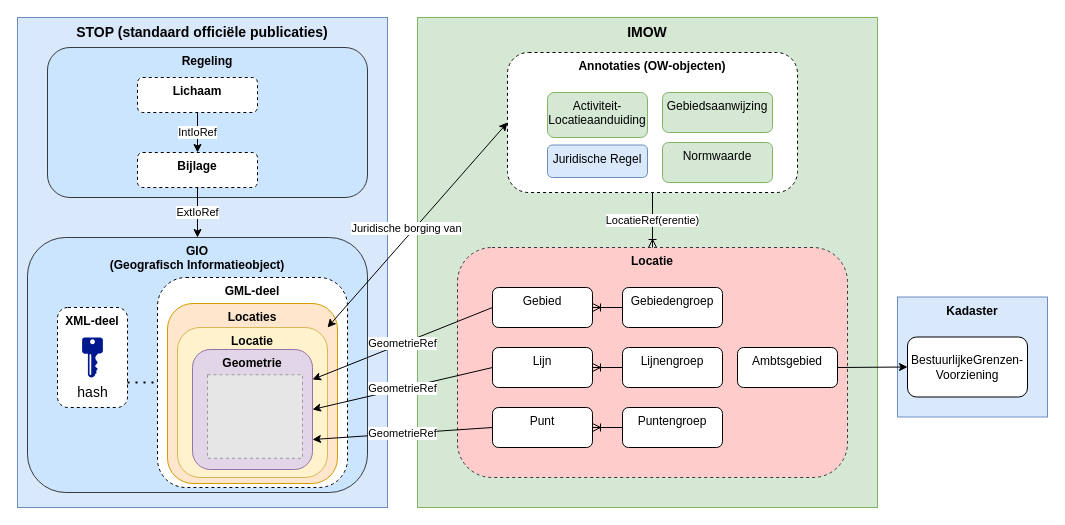
Above: Plaatjes/OW_OP-Tussenplaatje.drawio in Geonovum/DrawIO (draw.io), before the change. Source tidied: cells renumbered, new cells numbered last; positions are measured from the earlier drawing's top-left corner, leaving out a move shared by most shapes. Both pictures are drawn from the tidied source at 100%, with x=0, y=0 at pixel (17, 17). Pictures stored in the file or linked from it are replaced by grey dashed boxes.
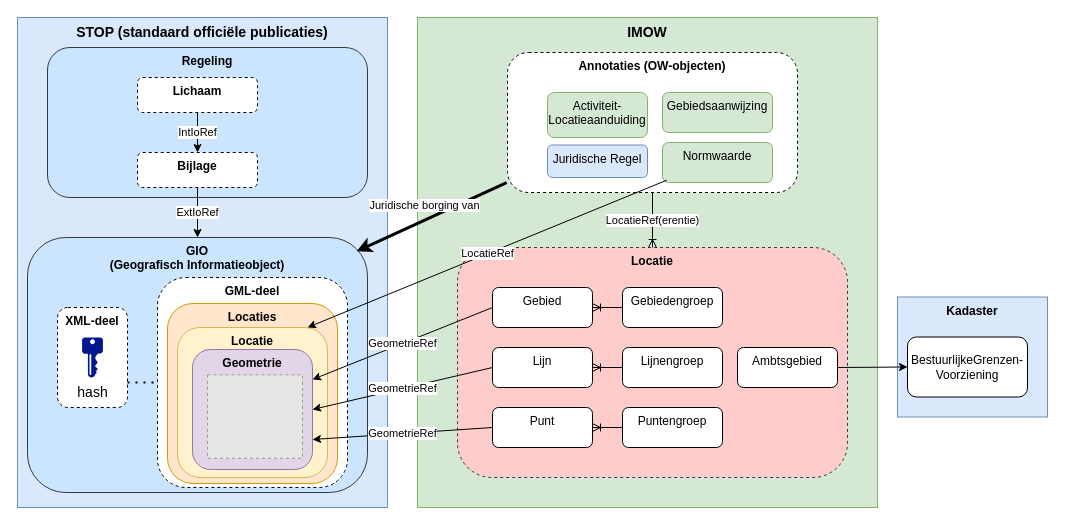
The same diagram, later.

The change refers to these unchanged cells:
```xml
<mxCell id="6" value="&lt;b&gt;GIO &lt;br&gt;(Geografisch Informatieobject)&lt;/b&gt;" style="rounded=1;whiteSpace=wrap;html=1;verticalAlign=top;fillColor=#cce5ff;strokeColor=#36393d;" parent="1" vertex="1">
  <mxGeometry x="10" y="220" width="340" height="255" as="geometry" />
</mxCell>
<mxCell id="13" value="&lt;b&gt;Annotaties (OW-objecten)&lt;/b&gt;" style="rounded=1;whiteSpace=wrap;html=1;verticalAlign=top;dashed=1;" parent="1" vertex="1">
  <mxGeometry x="490" y="35" width="290" height="140" as="geometry" />
</mxCell>
<mxCell id="17" value="Normwaarde" style="rounded=1;whiteSpace=wrap;html=1;verticalAlign=top;fillColor=#d5e8d4;strokeColor=#82b366;" parent="1" vertex="1">
  <mxGeometry x="645" y="125" width="110" height="40" as="geometry" />
</mxCell>
<mxCell id="30" value="&lt;b&gt;Locaties&lt;/b&gt;" style="rounded=1;whiteSpace=wrap;html=1;verticalAlign=top;fillColor=#ffe6cc;strokeColor=#d79b00;" parent="1" vertex="1">
  <mxGeometry x="150" y="286" width="170" height="180" as="geometry" />
</mxCell>
<mxCell id="31" value="&lt;b&gt;Locatie&lt;/b&gt;" style="rounded=1;whiteSpace=wrap;html=1;verticalAlign=top;fillColor=#fff2cc;strokeColor=#d6b656;" parent="1" vertex="1">
  <mxGeometry x="160" y="310" width="150" height="150" as="geometry" />
</mxCell>
```

What changed in the source:
```diff
@@
-    <mxCell id="40" style="endArrow=classic;html=1;rounded=0;entryX=0;entryY=0.5;entryDx=0;entryDy=0;exitX=1;exitY=0;exitDx=0;exitDy=0;startArrow=classic;startFill=1;" parent="1" edge="1" source="31" target="13">
+    <mxCell id="40" style="endArrow=none;html=1;rounded=0;entryX=-0.003;entryY=0.929;entryDx=0;entryDy=0;startArrow=classic;startFill=1;exitX=0.968;exitY=0.054;exitDx=0;exitDy=0;exitPerimeter=0;endFill=0;strokeWidth=3;entryPerimeter=0;" parent="1" edge="1" source="6" target="13">
       <mxGeometry relative="1" as="geometry" />
     </mxCell>
@@
+    <mxCell id="45" value="LocatieRef" style="endArrow=classic;html=1;rounded=0;exitX=0.038;exitY=0.943;exitDx=0;exitDy=0;entryX=0.824;entryY=0.133;entryDx=0;entryDy=0;exitPerimeter=0;entryPerimeter=0;" parent="1" edge="1" source="17" target="30">
+      <mxGeometry relative="1" as="geometry" />
+    </mxCell>
```
